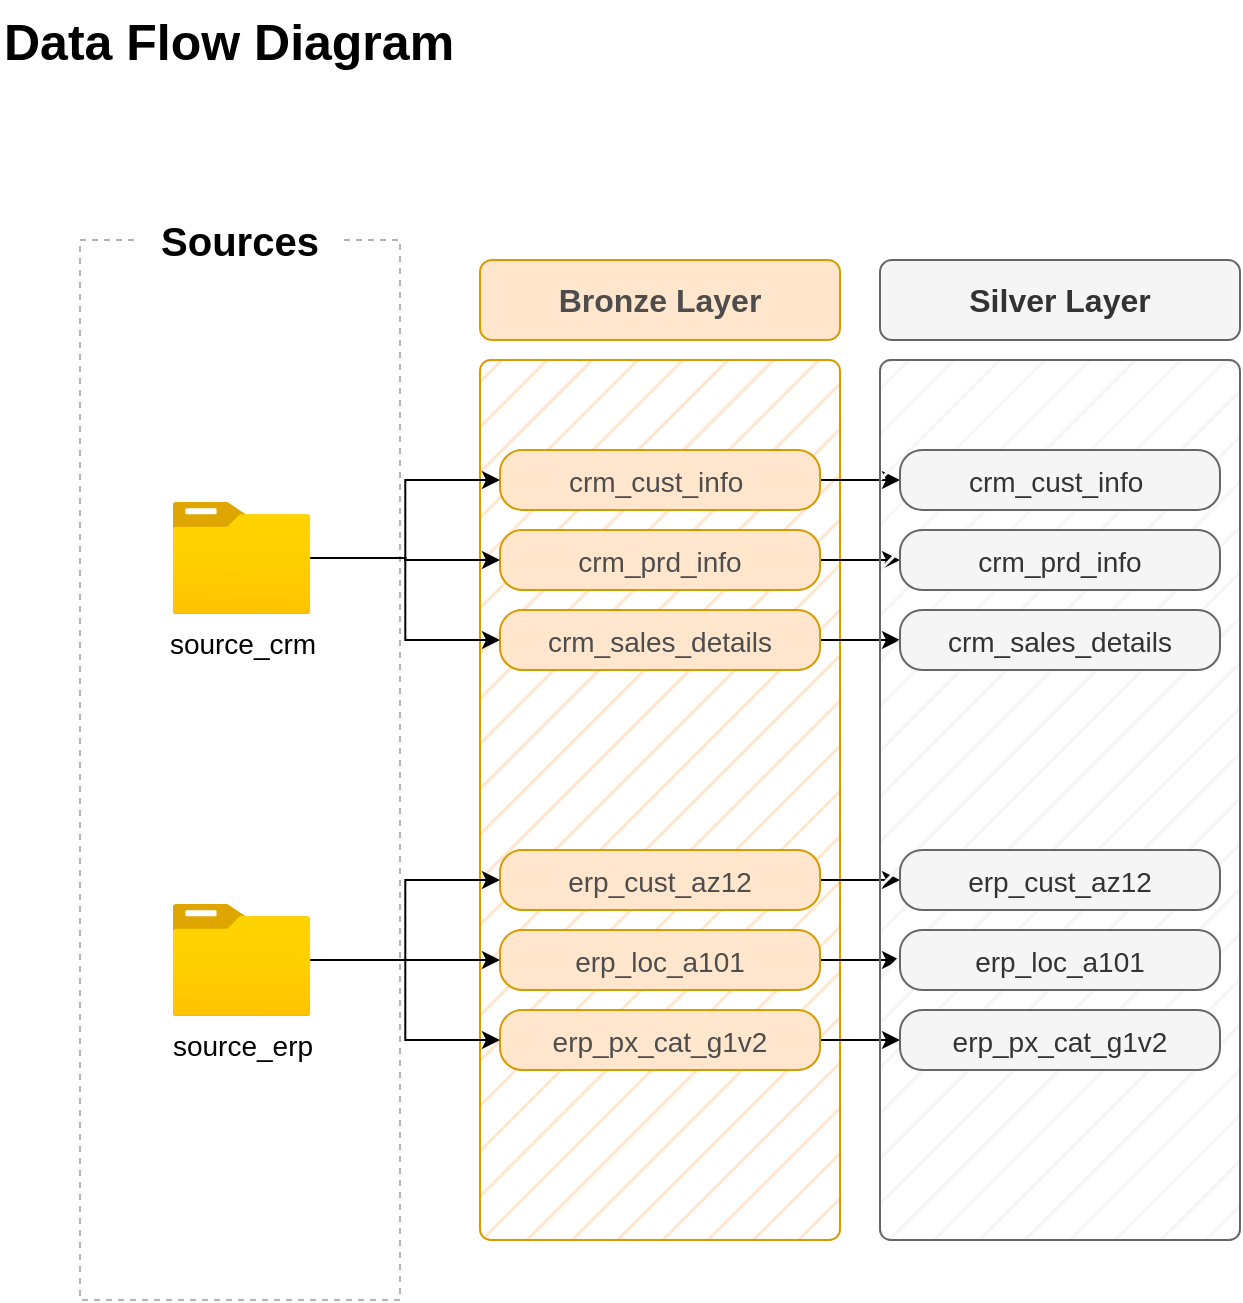
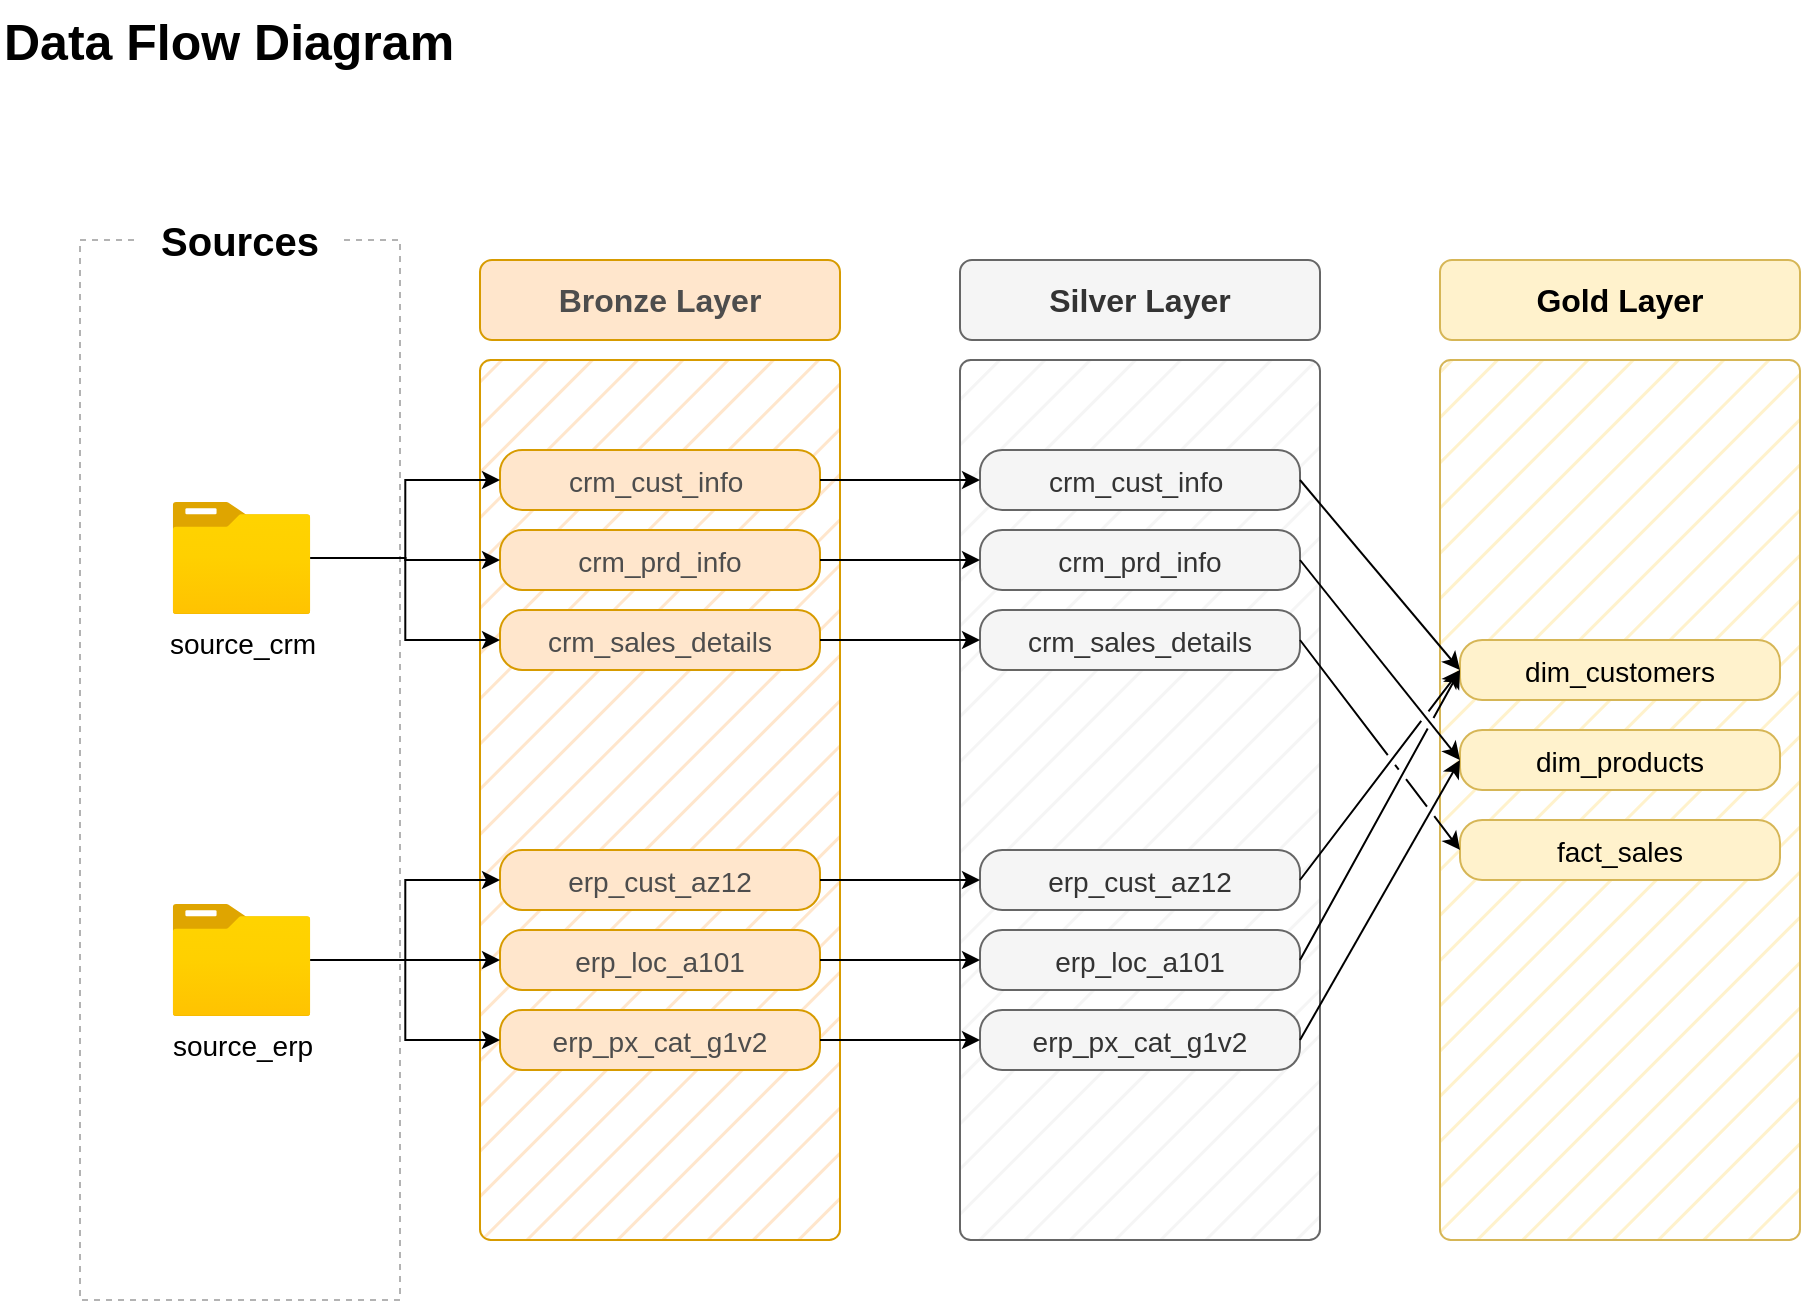
<mxfile host="app.diagrams.net">
  <diagram name="Page-1" id="-PUe3BxnGa_pG_-lScBj">
-     <mxGraphModel dx="964" dy="699" grid="1" gridSize="10" guides="1" tooltips="1" connect="1" arrows="1" fold="1" page="1" pageScale="1" pageWidth="827" pageHeight="1169" math="0" shadow="0">
+     <mxGraphModel dx="1134" dy="822" grid="1" gridSize="10" guides="1" tooltips="1" connect="1" arrows="1" fold="1" page="1" pageScale="1" pageWidth="827" pageHeight="1169" math="0" shadow="0">
      <root>
        <mxCell id="0" />
        <mxCell id="1" parent="0" />
        <mxCell id="W2ZtbVNKeczE-Nu2ik-g-1" connectable="0" parent="1" style="group;dashed=1;fontSize=15;" value="" vertex="1">
          <mxGeometry height="540" width="160" x="40" y="110" as="geometry" />
        </mxCell>
        <mxCell id="W2ZtbVNKeczE-Nu2ik-g-2" parent="W2ZtbVNKeczE-Nu2ik-g-1" style="rounded=0;whiteSpace=wrap;html=1;fillColor=none;dashed=1;fontColor=#333333;strokeColor=#B3B3B3;" value="" vertex="1">
          <mxGeometry height="530" width="160" y="10" as="geometry" />
        </mxCell>
        <mxCell id="W2ZtbVNKeczE-Nu2ik-g-3" parent="W2ZtbVNKeczE-Nu2ik-g-1" style="rounded=0;whiteSpace=wrap;html=1;fillColor=default;strokeColor=none;" value="&lt;b&gt;&lt;font style=&quot;font-size: 20px;&quot;&gt;Sources&lt;/font&gt;&lt;/b&gt;" vertex="1">
          <mxGeometry height="20" width="100" x="30" as="geometry" />
        </mxCell>
        <mxCell id="W2ZtbVNKeczE-Nu2ik-g-4" connectable="0" parent="W2ZtbVNKeczE-Nu2ik-g-1" style="group" value="" vertex="1">
          <mxGeometry height="70" width="87.5" x="46.25" y="141" as="geometry" />
        </mxCell>
        <mxCell id="W2ZtbVNKeczE-Nu2ik-g-5" connectable="0" parent="W2ZtbVNKeczE-Nu2ik-g-4" style="group" value="" vertex="1">
          <mxGeometry height="70" width="87.5" as="geometry" />
        </mxCell>
        <mxCell id="W2ZtbVNKeczE-Nu2ik-g-6" parent="W2ZtbVNKeczE-Nu2ik-g-5" style="image;aspect=fixed;html=1;points=[];align=center;fontSize=14;image=img/lib/azure2/general/Folder_Blank.svg;" value="&lt;font&gt;source_crm&lt;/font&gt;" vertex="1">
          <mxGeometry height="56.00000000000001" width="69" as="geometry" />
        </mxCell>
        <mxCell id="W2ZtbVNKeczE-Nu2ik-g-8" connectable="0" parent="W2ZtbVNKeczE-Nu2ik-g-1" style="group" value="" vertex="1">
          <mxGeometry height="70" width="87.5" x="46.25" y="340" as="geometry" />
        </mxCell>
        <mxCell id="W2ZtbVNKeczE-Nu2ik-g-9" connectable="0" parent="W2ZtbVNKeczE-Nu2ik-g-8" style="group" value="" vertex="1">
          <mxGeometry height="70" width="87.5" y="2" as="geometry" />
        </mxCell>
        <mxCell id="W2ZtbVNKeczE-Nu2ik-g-10" parent="W2ZtbVNKeczE-Nu2ik-g-9" style="image;aspect=fixed;html=1;points=[];align=center;fontSize=14;image=img/lib/azure2/general/Folder_Blank.svg;" value="source_erp" vertex="1">
          <mxGeometry height="56.00000000000001" width="69" as="geometry" />
        </mxCell>
        <mxCell id="W2ZtbVNKeczE-Nu2ik-g-48" parent="1" style="text;html=1;whiteSpace=wrap;strokeColor=none;fillColor=none;align=left;verticalAlign=middle;rounded=0;fontStyle=1" value="&lt;font style=&quot;font-size: 25px;&quot;&gt;Data Flow Diagram&lt;/font&gt;" vertex="1">
          <mxGeometry height="40" width="310" as="geometry" />
        </mxCell>
        <mxCell id="W2ZtbVNKeczE-Nu2ik-g-49" parent="1" style="rounded=1;whiteSpace=wrap;html=1;fillColor=#ffe6cc;strokeColor=#d79b00;fontStyle=1;fontSize=16;fontColor=#4D4D4D;perimeterSpacing=0;" value="Bronze Layer" vertex="1">
          <mxGeometry height="40" width="180" x="240" y="130" as="geometry" />
        </mxCell>
        <mxCell id="W2ZtbVNKeczE-Nu2ik-g-50" connectable="0" parent="1" style="group;fillColor=#ffe6cc;strokeColor=#d79b00;fillStyle=hatch;perimeterSpacing=0;rounded=1;arcSize=3;" value="" vertex="1">
          <mxGeometry height="440" width="180" x="240" y="180" as="geometry" />
        </mxCell>
-         <mxCell id="-LkG18UA4LjNzUdo02d1-9" edge="1" parent="1" source="W2ZtbVNKeczE-Nu2ik-g-51" style="edgeStyle=orthogonalEdgeStyle;rounded=0;orthogonalLoop=1;jettySize=auto;html=1;entryX=0;entryY=0.5;entryDx=0;entryDy=0;" target="-LkG18UA4LjNzUdo02d1-3">
-           <mxGeometry relative="1" as="geometry" />
-         </mxCell>
        <mxCell id="W2ZtbVNKeczE-Nu2ik-g-51" parent="1" style="rounded=1;whiteSpace=wrap;html=1;fillColor=#ffe6cc;strokeColor=#d79b00;fontStyle=1;fontSize=16;fontColor=#4D4D4D;perimeterSpacing=0;arcSize=37;" value="&lt;font style=&quot;font-size: 14px; font-weight: normal;&quot;&gt;crm_cust_info&amp;nbsp;&lt;/font&gt;" vertex="1">
          <mxGeometry height="30" width="160" x="250" y="225" as="geometry" />
-         </mxCell>
-         <mxCell id="-LkG18UA4LjNzUdo02d1-10" edge="1" parent="1" source="W2ZtbVNKeczE-Nu2ik-g-55" style="edgeStyle=orthogonalEdgeStyle;rounded=0;orthogonalLoop=1;jettySize=auto;html=1;entryX=0;entryY=0.5;entryDx=0;entryDy=0;" target="-LkG18UA4LjNzUdo02d1-4">
-           <mxGeometry relative="1" as="geometry" />
        </mxCell>
        <mxCell id="W2ZtbVNKeczE-Nu2ik-g-55" parent="1" style="rounded=1;whiteSpace=wrap;html=1;fillColor=#ffe6cc;strokeColor=#d79b00;fontStyle=1;fontSize=16;fontColor=#4D4D4D;perimeterSpacing=0;arcSize=37;" value="&lt;span style=&quot;font-size: 14px; font-weight: 400;&quot;&gt;crm_prd_info&lt;/span&gt;" vertex="1">
          <mxGeometry height="30" width="160" x="250" y="265" as="geometry" />
        </mxCell>
-         <mxCell id="-LkG18UA4LjNzUdo02d1-11" edge="1" parent="1" source="W2ZtbVNKeczE-Nu2ik-g-56" style="edgeStyle=orthogonalEdgeStyle;rounded=0;orthogonalLoop=1;jettySize=auto;html=1;entryX=0;entryY=0.5;entryDx=0;entryDy=0;" target="-LkG18UA4LjNzUdo02d1-5">
-           <mxGeometry relative="1" as="geometry" />
-         </mxCell>
        <mxCell id="W2ZtbVNKeczE-Nu2ik-g-56" parent="1" style="rounded=1;whiteSpace=wrap;html=1;fillColor=#ffe6cc;strokeColor=#d79b00;fontStyle=1;fontSize=16;fontColor=#4D4D4D;perimeterSpacing=0;arcSize=37;" value="&lt;span style=&quot;font-size: 14px; font-weight: 400;&quot;&gt;crm_sales_details&lt;/span&gt;" vertex="1">
          <mxGeometry height="30" width="160" x="250" y="305" as="geometry" />
-         </mxCell>
-         <mxCell id="-LkG18UA4LjNzUdo02d1-12" edge="1" parent="1" source="W2ZtbVNKeczE-Nu2ik-g-60" style="edgeStyle=orthogonalEdgeStyle;rounded=0;orthogonalLoop=1;jettySize=auto;html=1;entryX=0;entryY=0.5;entryDx=0;entryDy=0;" target="-LkG18UA4LjNzUdo02d1-6">
-           <mxGeometry relative="1" as="geometry" />
        </mxCell>
        <mxCell id="W2ZtbVNKeczE-Nu2ik-g-60" parent="1" style="rounded=1;whiteSpace=wrap;html=1;fillColor=#ffe6cc;strokeColor=#d79b00;fontStyle=1;fontSize=16;fontColor=#4D4D4D;perimeterSpacing=0;arcSize=37;" value="&lt;span style=&quot;font-size: 14px; font-weight: 400;&quot;&gt;erp_cust_az12&lt;/span&gt;" vertex="1">
          <mxGeometry height="30" width="160" x="250" y="425" as="geometry" />
        </mxCell>
-         <mxCell id="-LkG18UA4LjNzUdo02d1-13" edge="1" parent="1" source="W2ZtbVNKeczE-Nu2ik-g-61" style="edgeStyle=orthogonalEdgeStyle;rounded=0;orthogonalLoop=1;jettySize=auto;html=1;entryX=0;entryY=0.5;entryDx=0;entryDy=0;" target="-LkG18UA4LjNzUdo02d1-7">
-           <mxGeometry relative="1" as="geometry" />
-         </mxCell>
        <mxCell id="W2ZtbVNKeczE-Nu2ik-g-61" parent="1" style="rounded=1;whiteSpace=wrap;html=1;fillColor=#ffe6cc;strokeColor=#d79b00;fontStyle=1;fontSize=16;fontColor=#4D4D4D;perimeterSpacing=0;arcSize=37;" value="&lt;span style=&quot;font-size: 14px; font-weight: 400;&quot;&gt;erp_loc_a101&lt;/span&gt;" vertex="1">
          <mxGeometry height="30" width="160" x="250" y="465" as="geometry" />
-         </mxCell>
-         <mxCell id="-LkG18UA4LjNzUdo02d1-14" edge="1" parent="1" source="W2ZtbVNKeczE-Nu2ik-g-62" style="edgeStyle=orthogonalEdgeStyle;rounded=0;orthogonalLoop=1;jettySize=auto;html=1;entryX=0;entryY=0.5;entryDx=0;entryDy=0;" target="-LkG18UA4LjNzUdo02d1-8">
-           <mxGeometry relative="1" as="geometry" />
        </mxCell>
        <mxCell id="W2ZtbVNKeczE-Nu2ik-g-62" parent="1" style="rounded=1;whiteSpace=wrap;html=1;fillColor=#ffe6cc;strokeColor=#d79b00;fontStyle=1;fontSize=16;fontColor=#4D4D4D;perimeterSpacing=0;arcSize=37;" value="&lt;span style=&quot;font-size: 14px; font-weight: 400;&quot;&gt;erp_px_cat_g1v2&lt;/span&gt;" vertex="1">
          <mxGeometry height="30" width="160" x="250" y="505" as="geometry" />
        </mxCell>
        <mxCell id="W2ZtbVNKeczE-Nu2ik-g-63" edge="1" parent="1" source="W2ZtbVNKeczE-Nu2ik-g-6" style="edgeStyle=orthogonalEdgeStyle;rounded=0;orthogonalLoop=1;jettySize=auto;html=1;entryX=0;entryY=0.5;entryDx=0;entryDy=0;" target="W2ZtbVNKeczE-Nu2ik-g-51">
          <mxGeometry relative="1" as="geometry" />
        </mxCell>
        <mxCell id="W2ZtbVNKeczE-Nu2ik-g-64" edge="1" parent="1" source="W2ZtbVNKeczE-Nu2ik-g-6" style="edgeStyle=orthogonalEdgeStyle;rounded=0;orthogonalLoop=1;jettySize=auto;html=1;entryX=0;entryY=0.5;entryDx=0;entryDy=0;" target="W2ZtbVNKeczE-Nu2ik-g-55">
          <mxGeometry relative="1" as="geometry" />
        </mxCell>
        <mxCell id="W2ZtbVNKeczE-Nu2ik-g-65" edge="1" parent="1" source="W2ZtbVNKeczE-Nu2ik-g-6" style="edgeStyle=orthogonalEdgeStyle;rounded=0;orthogonalLoop=1;jettySize=auto;html=1;entryX=0;entryY=0.5;entryDx=0;entryDy=0;" target="W2ZtbVNKeczE-Nu2ik-g-56">
          <mxGeometry relative="1" as="geometry" />
        </mxCell>
        <mxCell id="W2ZtbVNKeczE-Nu2ik-g-66" edge="1" parent="1" source="W2ZtbVNKeczE-Nu2ik-g-10" style="edgeStyle=orthogonalEdgeStyle;rounded=0;orthogonalLoop=1;jettySize=auto;html=1;entryX=0;entryY=0.5;entryDx=0;entryDy=0;" target="W2ZtbVNKeczE-Nu2ik-g-60">
          <mxGeometry relative="1" as="geometry" />
        </mxCell>
        <mxCell id="W2ZtbVNKeczE-Nu2ik-g-67" edge="1" parent="1" source="W2ZtbVNKeczE-Nu2ik-g-10" style="edgeStyle=orthogonalEdgeStyle;rounded=0;orthogonalLoop=1;jettySize=auto;html=1;entryX=0;entryY=0.5;entryDx=0;entryDy=0;" target="W2ZtbVNKeczE-Nu2ik-g-61">
          <mxGeometry relative="1" as="geometry" />
        </mxCell>
        <mxCell id="W2ZtbVNKeczE-Nu2ik-g-68" edge="1" parent="1" source="W2ZtbVNKeczE-Nu2ik-g-10" style="edgeStyle=orthogonalEdgeStyle;rounded=0;orthogonalLoop=1;jettySize=auto;html=1;entryX=0;entryY=0.5;entryDx=0;entryDy=0;" target="W2ZtbVNKeczE-Nu2ik-g-62">
          <mxGeometry relative="1" as="geometry" />
        </mxCell>
        <mxCell id="-LkG18UA4LjNzUdo02d1-1" parent="1" style="rounded=1;whiteSpace=wrap;html=1;fillColor=#f5f5f5;strokeColor=#666666;fontStyle=1;fontSize=16;fontColor=#333333;perimeterSpacing=0;" value="Silver Layer" vertex="1">
-           <mxGeometry height="40" width="180" x="440" y="130" as="geometry" />
+           <mxGeometry height="40" width="180" x="480" y="130" as="geometry" />
        </mxCell>
        <mxCell id="-LkG18UA4LjNzUdo02d1-2" connectable="0" parent="1" style="group;fillColor=#f5f5f5;strokeColor=#666666;fillStyle=hatch;perimeterSpacing=0;rounded=1;arcSize=3;fontColor=#333333;" value="" vertex="1">
-           <mxGeometry height="440" width="180" x="440" y="180" as="geometry" />
+           <mxGeometry height="440" width="180" x="480" y="180" as="geometry" />
        </mxCell>
        <mxCell id="-LkG18UA4LjNzUdo02d1-3" parent="1" style="rounded=1;whiteSpace=wrap;html=1;fillColor=#f5f5f5;strokeColor=#666666;fontStyle=1;fontSize=16;fontColor=#333333;perimeterSpacing=0;arcSize=37;" value="&lt;font style=&quot;font-size: 14px; font-weight: normal;&quot;&gt;crm_cust_info&amp;nbsp;&lt;/font&gt;" vertex="1">
-           <mxGeometry height="30" width="160" x="450" y="225" as="geometry" />
+           <mxGeometry height="30" width="160" x="490" y="225" as="geometry" />
        </mxCell>
        <mxCell id="-LkG18UA4LjNzUdo02d1-4" parent="1" style="rounded=1;whiteSpace=wrap;html=1;fillColor=#f5f5f5;strokeColor=#666666;fontStyle=1;fontSize=16;fontColor=#333333;perimeterSpacing=0;arcSize=37;" value="&lt;span style=&quot;font-size: 14px; font-weight: 400;&quot;&gt;crm_prd_info&lt;/span&gt;" vertex="1">
-           <mxGeometry height="30" width="160" x="450" y="265" as="geometry" />
+           <mxGeometry height="30" width="160" x="490" y="265" as="geometry" />
        </mxCell>
        <mxCell id="-LkG18UA4LjNzUdo02d1-5" parent="1" style="rounded=1;whiteSpace=wrap;html=1;fillColor=#f5f5f5;strokeColor=#666666;fontStyle=1;fontSize=16;fontColor=#333333;perimeterSpacing=0;arcSize=37;" value="&lt;span style=&quot;font-size: 14px; font-weight: 400;&quot;&gt;crm_sales_details&lt;/span&gt;" vertex="1">
-           <mxGeometry height="30" width="160" x="450" y="305" as="geometry" />
+           <mxGeometry height="30" width="160" x="490" y="305" as="geometry" />
        </mxCell>
        <mxCell id="-LkG18UA4LjNzUdo02d1-6" parent="1" style="rounded=1;whiteSpace=wrap;html=1;fillColor=#f5f5f5;strokeColor=#666666;fontStyle=1;fontSize=16;fontColor=#333333;perimeterSpacing=0;arcSize=37;" value="&lt;span style=&quot;font-size: 14px; font-weight: 400;&quot;&gt;erp_cust_az12&lt;/span&gt;" vertex="1">
-           <mxGeometry height="30" width="160" x="450" y="425" as="geometry" />
+           <mxGeometry height="30" width="160" x="490" y="425" as="geometry" />
        </mxCell>
        <mxCell id="-LkG18UA4LjNzUdo02d1-7" parent="1" style="rounded=1;whiteSpace=wrap;html=1;fillColor=#f5f5f5;strokeColor=#666666;fontStyle=1;fontSize=16;fontColor=#333333;perimeterSpacing=0;arcSize=37;" value="&lt;span style=&quot;font-size: 14px; font-weight: 400;&quot;&gt;erp_loc_a101&lt;/span&gt;" vertex="1">
-           <mxGeometry height="30" width="160" x="450" y="465" as="geometry" />
+           <mxGeometry height="30" width="160" x="490" y="465" as="geometry" />
        </mxCell>
        <mxCell id="-LkG18UA4LjNzUdo02d1-8" parent="1" style="rounded=1;whiteSpace=wrap;html=1;fillColor=#f5f5f5;strokeColor=#666666;fontStyle=1;fontSize=16;fontColor=#333333;perimeterSpacing=0;arcSize=37;" value="&lt;span style=&quot;font-size: 14px; font-weight: 400;&quot;&gt;erp_px_cat_g1v2&lt;/span&gt;" vertex="1">
-           <mxGeometry height="30" width="160" x="450" y="505" as="geometry" />
+           <mxGeometry height="30" width="160" x="490" y="505" as="geometry" />
+         </mxCell>
+         <mxCell id="hVDsTUvBQ-OZ4V_twMOw-1" parent="1" style="rounded=1;whiteSpace=wrap;html=1;fillColor=#fff2cc;strokeColor=#d6b656;fontStyle=1;fontSize=16;perimeterSpacing=0;" value="Gold Layer" vertex="1">
+           <mxGeometry height="40" width="180" x="720" y="130" as="geometry" />
+         </mxCell>
+         <mxCell id="hVDsTUvBQ-OZ4V_twMOw-2" connectable="0" parent="1" style="group;fillColor=#fff2cc;strokeColor=#d6b656;fillStyle=hatch;perimeterSpacing=0;rounded=1;arcSize=3;" value="" vertex="1">
+           <mxGeometry height="440" width="180" x="720" y="180" as="geometry" />
+         </mxCell>
+         <mxCell id="hVDsTUvBQ-OZ4V_twMOw-3" parent="1" style="rounded=1;whiteSpace=wrap;html=1;fillColor=#fff2cc;strokeColor=#d6b656;fontStyle=1;fontSize=16;perimeterSpacing=0;arcSize=37;" value="&lt;span style=&quot;font-size: 14px; font-weight: 400;&quot;&gt;fact_sales&lt;/span&gt;" vertex="1">
+           <mxGeometry height="30" width="160" x="730" y="410" as="geometry" />
+         </mxCell>
+         <mxCell id="hVDsTUvBQ-OZ4V_twMOw-4" parent="1" style="rounded=1;whiteSpace=wrap;html=1;fillColor=#fff2cc;strokeColor=#d6b656;fontStyle=1;fontSize=16;perimeterSpacing=0;arcSize=37;" value="&lt;span style=&quot;font-size: 14px; font-weight: 400;&quot;&gt;dim_products&lt;/span&gt;" vertex="1">
+           <mxGeometry height="30" width="160" x="730" y="365" as="geometry" />
+         </mxCell>
+         <mxCell id="hVDsTUvBQ-OZ4V_twMOw-5" parent="1" style="rounded=1;whiteSpace=wrap;html=1;fillColor=#fff2cc;strokeColor=#d6b656;fontStyle=1;fontSize=16;perimeterSpacing=0;arcSize=37;" value="&lt;span style=&quot;font-size: 14px; font-weight: 400;&quot;&gt;dim_customers&lt;/span&gt;" vertex="1">
+           <mxGeometry height="30" width="160" x="730" y="320" as="geometry" />
+         </mxCell>
+         <mxCell id="-LkG18UA4LjNzUdo02d1-9" edge="1" parent="1" source="W2ZtbVNKeczE-Nu2ik-g-51" style="edgeStyle=orthogonalEdgeStyle;rounded=0;orthogonalLoop=1;jettySize=auto;html=1;entryX=0;entryY=0.5;entryDx=0;entryDy=0;" target="-LkG18UA4LjNzUdo02d1-3">
+           <mxGeometry relative="1" as="geometry" />
+         </mxCell>
+         <mxCell id="-LkG18UA4LjNzUdo02d1-10" edge="1" parent="1" source="W2ZtbVNKeczE-Nu2ik-g-55" style="edgeStyle=orthogonalEdgeStyle;rounded=0;orthogonalLoop=1;jettySize=auto;html=1;entryX=0;entryY=0.5;entryDx=0;entryDy=0;" target="-LkG18UA4LjNzUdo02d1-4">
+           <mxGeometry relative="1" as="geometry" />
+         </mxCell>
+         <mxCell id="-LkG18UA4LjNzUdo02d1-11" edge="1" parent="1" source="W2ZtbVNKeczE-Nu2ik-g-56" style="edgeStyle=orthogonalEdgeStyle;rounded=0;orthogonalLoop=1;jettySize=auto;html=1;entryX=0;entryY=0.5;entryDx=0;entryDy=0;" target="-LkG18UA4LjNzUdo02d1-5">
+           <mxGeometry relative="1" as="geometry" />
+         </mxCell>
+         <mxCell id="-LkG18UA4LjNzUdo02d1-12" edge="1" parent="1" source="W2ZtbVNKeczE-Nu2ik-g-60" style="edgeStyle=orthogonalEdgeStyle;rounded=0;orthogonalLoop=1;jettySize=auto;html=1;entryX=0;entryY=0.5;entryDx=0;entryDy=0;" target="-LkG18UA4LjNzUdo02d1-6">
+           <mxGeometry relative="1" as="geometry" />
+         </mxCell>
+         <mxCell id="-LkG18UA4LjNzUdo02d1-13" edge="1" parent="1" source="W2ZtbVNKeczE-Nu2ik-g-61" style="edgeStyle=orthogonalEdgeStyle;rounded=0;orthogonalLoop=1;jettySize=auto;html=1;entryX=0;entryY=0.5;entryDx=0;entryDy=0;" target="-LkG18UA4LjNzUdo02d1-7">
+           <mxGeometry relative="1" as="geometry" />
+         </mxCell>
+         <mxCell id="-LkG18UA4LjNzUdo02d1-14" edge="1" parent="1" source="W2ZtbVNKeczE-Nu2ik-g-62" style="edgeStyle=orthogonalEdgeStyle;rounded=0;orthogonalLoop=1;jettySize=auto;html=1;entryX=0;entryY=0.5;entryDx=0;entryDy=0;" target="-LkG18UA4LjNzUdo02d1-8">
+           <mxGeometry relative="1" as="geometry" />
+         </mxCell>
+         <mxCell id="hVDsTUvBQ-OZ4V_twMOw-11" edge="1" parent="1" source="-LkG18UA4LjNzUdo02d1-3" style="rounded=0;orthogonalLoop=1;jettySize=auto;html=1;entryX=0;entryY=0.5;entryDx=0;entryDy=0;exitX=1;exitY=0.5;exitDx=0;exitDy=0;jumpStyle=gap;" target="hVDsTUvBQ-OZ4V_twMOw-5">
+           <mxGeometry relative="1" as="geometry">
+             <mxPoint x="588" y="255" as="sourcePoint" />
+           </mxGeometry>
+         </mxCell>
+         <mxCell id="hVDsTUvBQ-OZ4V_twMOw-10" edge="1" parent="1" source="-LkG18UA4LjNzUdo02d1-4" style="rounded=0;orthogonalLoop=1;jettySize=auto;html=1;entryX=0;entryY=0.5;entryDx=0;entryDy=0;exitX=1;exitY=0.5;exitDx=0;exitDy=0;jumpStyle=gap;" target="hVDsTUvBQ-OZ4V_twMOw-4">
+           <mxGeometry relative="1" as="geometry" />
+         </mxCell>
+         <mxCell id="hVDsTUvBQ-OZ4V_twMOw-12" edge="1" parent="1" source="-LkG18UA4LjNzUdo02d1-6" style="rounded=0;orthogonalLoop=1;jettySize=auto;html=1;entryX=0;entryY=0.5;entryDx=0;entryDy=0;exitX=1;exitY=0.5;exitDx=0;exitDy=0;jumpStyle=gap;" target="hVDsTUvBQ-OZ4V_twMOw-5">
+           <mxGeometry relative="1" as="geometry" />
+         </mxCell>
+         <mxCell id="hVDsTUvBQ-OZ4V_twMOw-13" edge="1" parent="1" source="-LkG18UA4LjNzUdo02d1-7" style="rounded=0;orthogonalLoop=1;jettySize=auto;html=1;exitX=1;exitY=0.5;exitDx=0;exitDy=0;entryX=0;entryY=0.5;entryDx=0;entryDy=0;jumpStyle=gap;" target="hVDsTUvBQ-OZ4V_twMOw-5">
+           <mxGeometry relative="1" as="geometry">
+             <mxPoint x="690" y="240" as="targetPoint" />
+           </mxGeometry>
+         </mxCell>
+         <mxCell id="hVDsTUvBQ-OZ4V_twMOw-14" edge="1" parent="1" source="-LkG18UA4LjNzUdo02d1-8" style="rounded=0;orthogonalLoop=1;jettySize=auto;html=1;entryX=0;entryY=0.5;entryDx=0;entryDy=0;exitX=1;exitY=0.5;exitDx=0;exitDy=0;jumpStyle=gap;" target="hVDsTUvBQ-OZ4V_twMOw-4">
+           <mxGeometry relative="1" as="geometry" />
+         </mxCell>
+         <mxCell id="hVDsTUvBQ-OZ4V_twMOw-9" edge="1" parent="1" source="-LkG18UA4LjNzUdo02d1-5" style="rounded=0;orthogonalLoop=1;jettySize=auto;html=1;entryX=0;entryY=0.5;entryDx=0;entryDy=0;exitX=1;exitY=0.5;exitDx=0;exitDy=0;jumpStyle=gap;" target="hVDsTUvBQ-OZ4V_twMOw-3">
+           <mxGeometry relative="1" as="geometry" />
        </mxCell>
      </root>
    </mxGraphModel>
  </diagram>
</mxfile>
